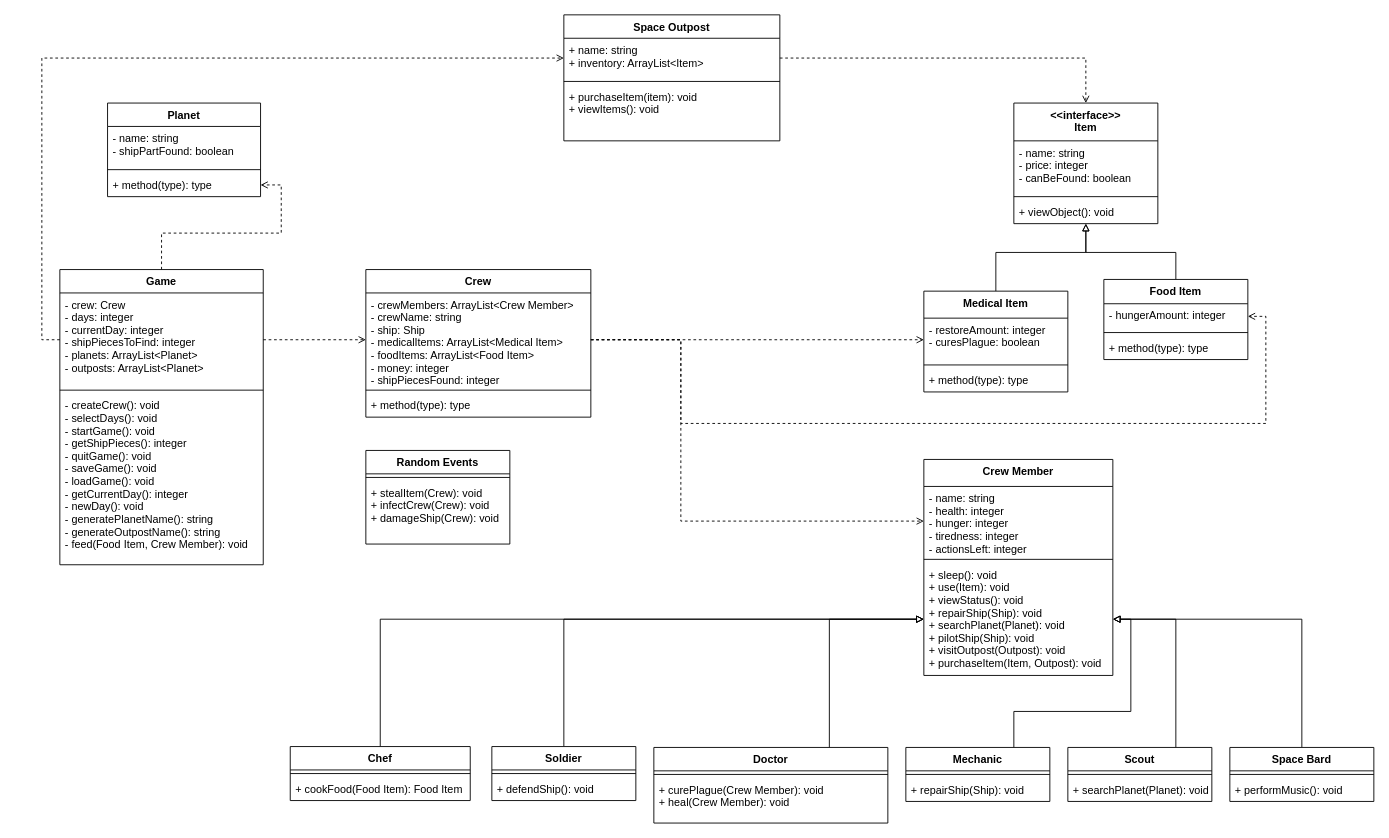
Earlier version of the draw.io diagram UML/Class Diagram.drawio (SaahilNZ/SENG201-Space-Explorer). Source tidied: cells renumbered, new cells numbered last; positions are measured from the earlier drawing's top-left corner, leaving out a move shared by most shapes. Both pictures are drawn from the tidied source at 90%, with x=0, y=0 at pixel (59, 14).
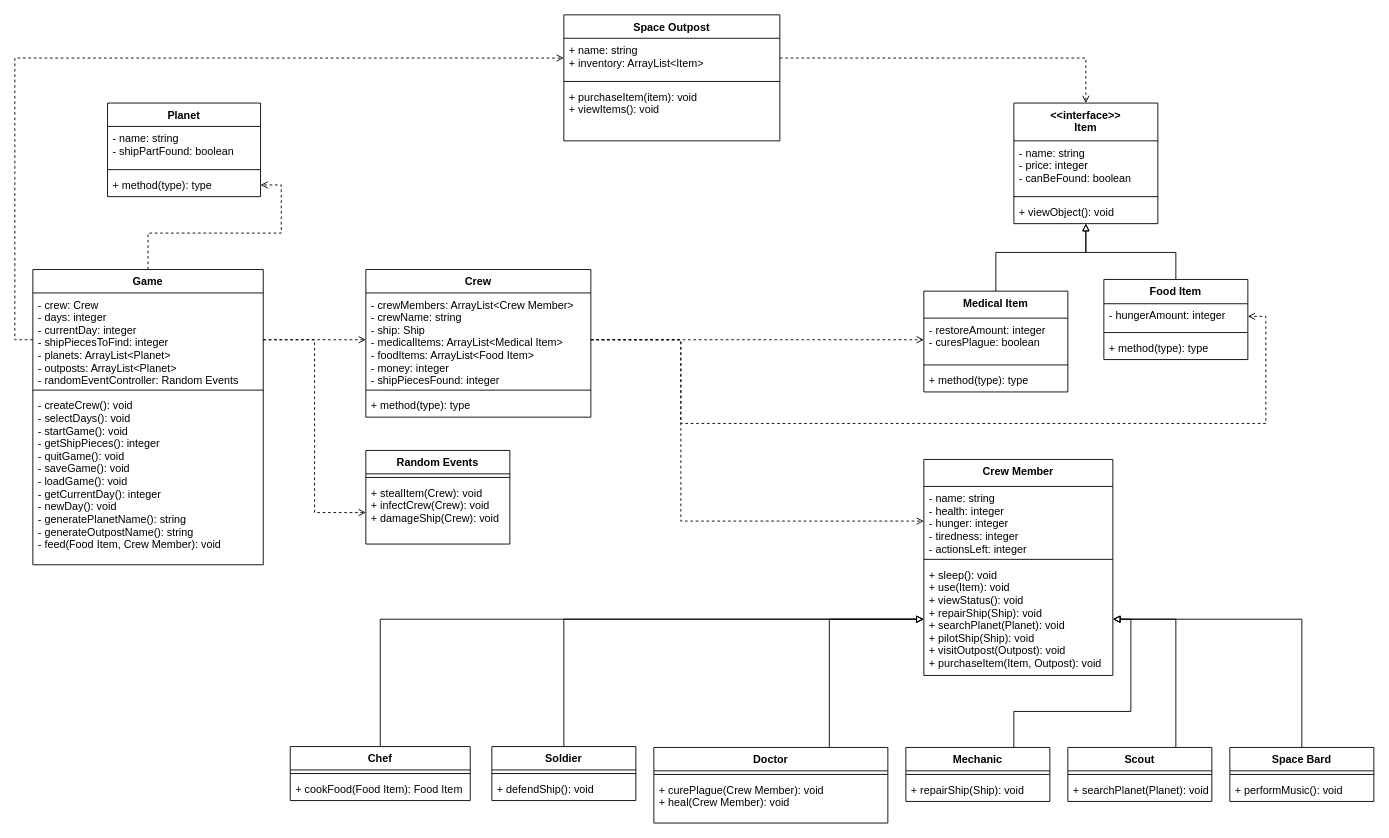
Above is the later version.

Commit message:
Add relationship between Game class and Random Events class in UML

Unchanged cells that the change refers to:
```xml
<mxCell id="26" value="+ stealItem(Crew): void&#10;+ infectCrew(Crew): void&#10;+ damageShip(Crew): void" style="text;strokeColor=none;fillColor=none;align=left;verticalAlign=top;spacingLeft=4;spacingRight=4;overflow=hidden;points=[[0,0.5],[1,0.5]];portConstraint=eastwest;" parent="24" vertex="1">
  <mxGeometry y="34" width="160" height="70" as="geometry" />
</mxCell>
```

The edit, as a diff of the source:
```diff
@@
     <mxCell id="32" value="Game" style="swimlane;fontStyle=1;align=center;verticalAlign=top;horizontal=1;startSize=26;" parent="1" vertex="1">
-      <mxGeometry y="283" width="226" height="328" as="geometry" />
+      <mxGeometry x="-30" y="283" width="256" height="328" as="geometry" />
     </mxCell>
-    <mxCell id="33" value="- crew: Crew&#10;- days: integer&#10;- currentDay: integer&#10;- shipPiecesToFind: integer&#10;- planets: ArrayList&lt;Planet&gt;&#10;- outposts: ArrayList&lt;Planet&gt;&#10;" style="text;strokeColor=none;fillColor=none;align=left;verticalAlign=top;spacingLeft=4;spacingRight=4;overflow=hidden;points=[[0,0.5],[1,0.5]];portConstraint=eastwest;" parent="32" vertex="1">
-      <mxGeometry y="26" width="226" height="104" as="geometry" />
+    <mxCell id="33" value="- crew: Crew&#10;- days: integer&#10;- currentDay: integer&#10;- shipPiecesToFind: integer&#10;- planets: ArrayList&lt;Planet&gt;&#10;- outposts: ArrayList&lt;Planet&gt;&#10;- randomEventController: Random Events" style="text;strokeColor=none;fillColor=none;align=left;verticalAlign=top;spacingLeft=4;spacingRight=4;overflow=hidden;points=[[0,0.5],[1,0.5]];portConstraint=eastwest;" parent="32" vertex="1">
+      <mxGeometry y="26" width="256" height="104" as="geometry" />
     </mxCell>
     <mxCell id="34" style="line;strokeWidth=1;fillColor=none;align=left;verticalAlign=middle;spacingTop=-1;spacingLeft=3;spacingRight=3;labelPosition=right;" parent="32" vertex="1">
-      <mxGeometry y="130" width="226" height="8" as="geometry" />
+      <mxGeometry y="130" width="256" height="8" as="geometry" />
     </mxCell>
     <mxCell id="35" value="- createCrew(): void&#10;- selectDays(): void&#10;- startGame(): void&#10;- getShipPieces(): integer&#10;- quitGame(): void&#10;- saveGame(): void&#10;- loadGame(): void&#10;- getCurrentDay(): integer&#10;- newDay(): void&#10;- generatePlanetName(): string&#10;- generateOutpostName(): string&#10;- feed(Food Item, Crew Member): void" style="text;strokeColor=none;fillColor=none;align=left;verticalAlign=top;spacingLeft=4;spacingRight=4;overflow=hidden;" parent="32" vertex="1">
-      <mxGeometry y="138" width="226" height="190" as="geometry" />
+      <mxGeometry y="138" width="256" height="190" as="geometry" />
     </mxCell>
@@
+    <mxCell id="70" style="edgeStyle=orthogonalEdgeStyle;rounded=0;jettySize=auto;html=1;exitX=1;exitY=0.5;exitDx=0;exitDy=0;entryX=0;entryY=0.5;entryDx=0;entryDy=0;dashed=1;endArrow=open;endFill=0;" parent="1" edge="1" source="33" target="26">
+      <mxGeometry relative="1" as="geometry" />
+    </mxCell>
```
